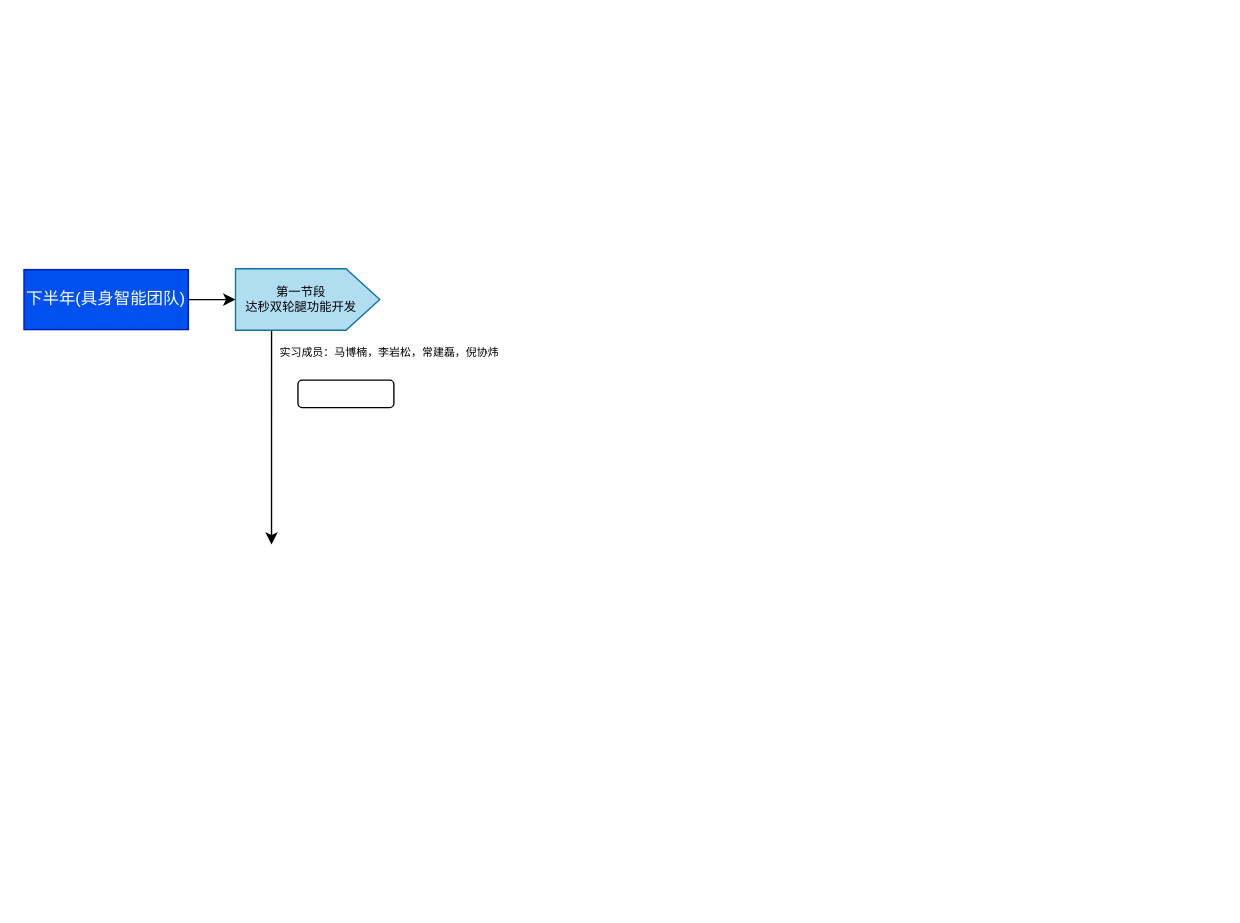
Above: WorkSpace/ObjectTrack/2025年述职.drawio in mailonghua/drawio (draw.io), before the change. Source tidied: cells renumbered, new cells numbered last; positions are measured from the earlier drawing's top-left corner, leaving out a move shared by most shapes. Both pictures are drawn from the tidied source at 137%, with x=0, y=0 at pixel (23, 226).
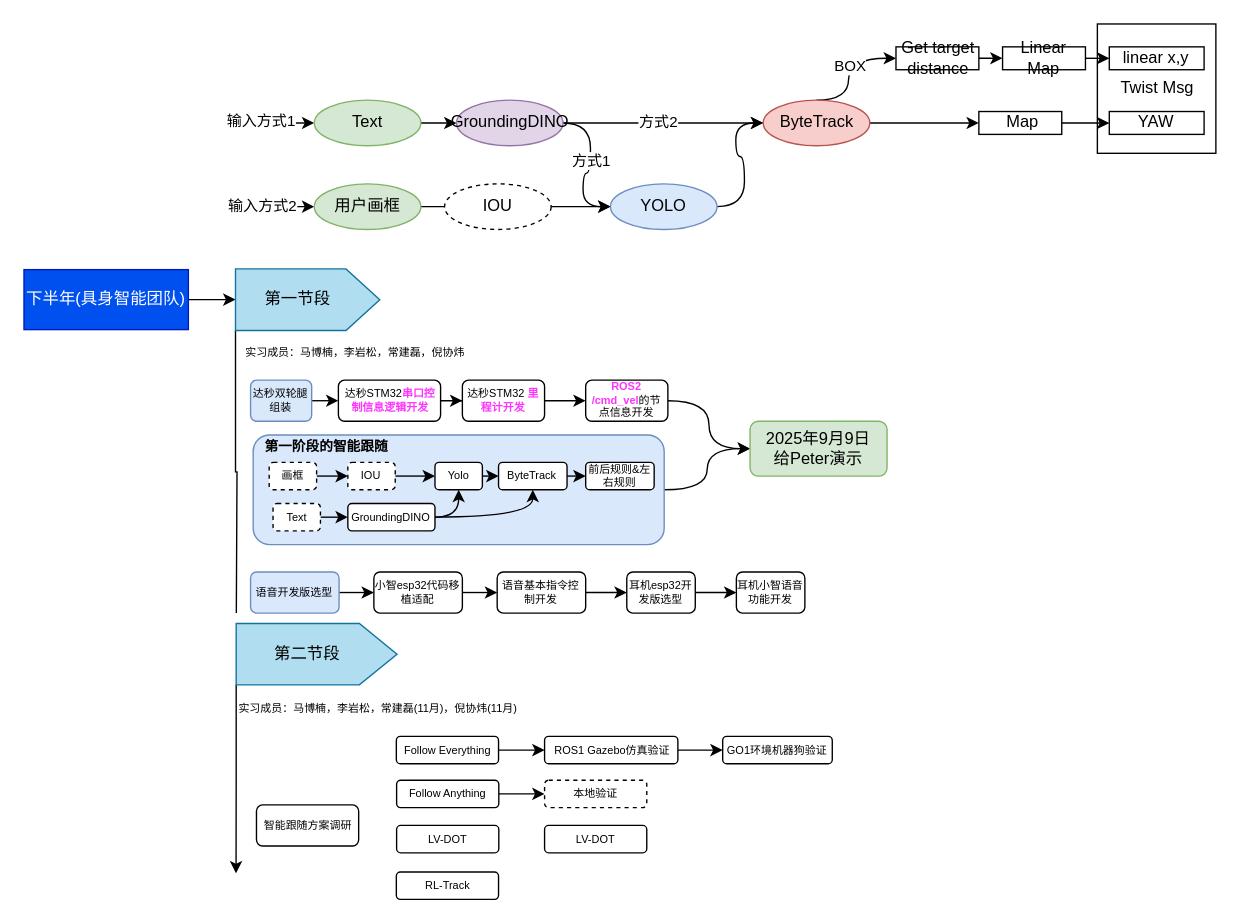
The same page after the edit.

Commit message (it also covers changes not shown here):
更新2025年述职.drawio

Diff of the diagram source:
```diff
@@
+    <mxCell id="9" style="edgeStyle=orthogonalEdgeStyle;rounded=0;jettySize=auto;html=1;exitX=1;exitY=0.5;exitDx=0;exitDy=0;entryX=0;entryY=0.5;entryDx=0;entryDy=0;curved=1;" parent="1" edge="1" source="10" target="65">
+      <mxGeometry relative="1" as="geometry" />
+    </mxCell>
+    <mxCell id="10" style="rounded=1;whiteSpace=wrap;html=1;fillColor=#dae8fc;strokeColor=#6c8ebf;" parent="1" vertex="1">
+      <mxGeometry x="167.3" y="152" width="300" height="80" as="geometry" />
+    </mxCell>
@@
-    <mxCell id="4" style="edgeStyle=orthogonalEdgeStyle;rounded=0;jettySize=auto;html=1;exitX=0;exitY=0.25;exitDx=0;exitDy=0;" parent="1" edge="1" source="5">
-      <mxGeometry relative="1" as="geometry">
-        <mxPoint x="180.7" y="232" as="targetPoint" />
-      </mxGeometry>
-    </mxCell>
+    <mxCell id="11" style="edgeStyle=orthogonalEdgeStyle;rounded=0;jettySize=auto;html=1;exitX=0;exitY=0;exitDx=0;exitDy=0;endArrow=none;endFill=0;" parent="1" edge="1" source="5">
+      <mxGeometry relative="1" as="geometry">
+        <mxPoint x="155" y="282" as="targetPoint" />
+      </mxGeometry>
+    </mxCell>
+    <mxCell id="7" value="实习成员：马博楠，李岩松，常建磊，倪协炜" style="text;html=1;whiteSpace=wrap;strokeColor=none;fillColor=none;align=left;verticalAlign=middle;rounded=0;fontSize=8;" parent="1" vertex="1">
+      <mxGeometry x="160" y="82" width="165.4" height="20" as="geometry" />
+    </mxCell>
+    <mxCell id="12" style="edgeStyle=orthogonalEdgeStyle;rounded=0;jettySize=auto;html=1;exitX=1;exitY=0.5;exitDx=0;exitDy=0;entryX=0;entryY=0.5;entryDx=0;entryDy=0;fontSize=8;" parent="1" edge="1" source="8" target="14">
+      <mxGeometry relative="1" as="geometry" />
+    </mxCell>
+    <mxCell id="8" value="达秒双轮腿组装" style="rounded=1;whiteSpace=wrap;html=1;fontSize=8;fillColor=#dae8fc;strokeColor=#6c8ebf;" parent="1" vertex="1">
+      <mxGeometry x="165.4" y="112" width="44.6" height="30" as="geometry" />
+    </mxCell>
+    <mxCell id="13" style="edgeStyle=orthogonalEdgeStyle;rounded=0;jettySize=auto;html=1;fontSize=8;" parent="1" edge="1" source="14" target="16">
+      <mxGeometry relative="1" as="geometry" />
+    </mxCell>
+    <mxCell id="14" value="达秒STM32&lt;font style=&quot;color: rgb(255, 51, 255);&quot;&gt;&lt;b&gt;串口控制信息逻辑开发&lt;/b&gt;&lt;/font&gt;" style="rounded=1;whiteSpace=wrap;html=1;fontSize=8;" parent="1" vertex="1">
+      <mxGeometry x="229.5" y="112" width="74.6" height="30" as="geometry" />
+    </mxCell>
+    <mxCell id="15" style="edgeStyle=orthogonalEdgeStyle;rounded=0;jettySize=auto;html=1;" parent="1" edge="1" source="16" target="18">
+      <mxGeometry relative="1" as="geometry" />
+    </mxCell>
+    <mxCell id="16" value="达秒STM32 &lt;font style=&quot;color: rgb(255, 51, 255);&quot;&gt;&lt;b&gt;里程计开发&lt;/b&gt;&lt;/font&gt;" style="rounded=1;whiteSpace=wrap;html=1;fontSize=8;" parent="1" vertex="1">
+      <mxGeometry x="320" y="112" width="60" height="30" as="geometry" />
+    </mxCell>
+    <mxCell id="17" style="edgeStyle=orthogonalEdgeStyle;rounded=0;jettySize=auto;html=1;exitX=1;exitY=0.5;exitDx=0;exitDy=0;entryX=0;entryY=0.5;entryDx=0;entryDy=0;curved=1;" parent="1" edge="1" source="18" target="65">
+      <mxGeometry relative="1" as="geometry" />
+    </mxCell>
+    <mxCell id="18" value="&lt;font style=&quot;color: rgb(255, 51, 255);&quot;&gt;&lt;b&gt;ROS2 /cmd_vel&lt;/b&gt;&lt;/font&gt;的节点信息开发" style="rounded=1;whiteSpace=wrap;html=1;fontSize=8;" parent="1" vertex="1">
+      <mxGeometry x="410" y="112" width="60" height="30" as="geometry" />
+    </mxCell>
+    <mxCell id="19" style="edgeStyle=orthogonalEdgeStyle;rounded=0;jettySize=auto;html=1;exitX=1;exitY=0.5;exitDx=0;exitDy=0;entryX=0;entryY=0.5;entryDx=0;entryDy=0;" parent="1" edge="1" source="20" target="22">
+      <mxGeometry relative="1" as="geometry" />
+    </mxCell>
+    <mxCell id="20" value="Yolo" style="rounded=1;whiteSpace=wrap;html=1;fontSize=8;" parent="1" vertex="1">
+      <mxGeometry x="300" y="172" width="34.6" height="20" as="geometry" />
+    </mxCell>
+    <mxCell id="21" style="edgeStyle=orthogonalEdgeStyle;rounded=0;jettySize=auto;html=1;exitX=1;exitY=0.5;exitDx=0;exitDy=0;entryX=0;entryY=0.5;entryDx=0;entryDy=0;" parent="1" edge="1" source="22" target="23">
+      <mxGeometry relative="1" as="geometry" />
+    </mxCell>
+    <mxCell id="22" value="ByteTrack" style="rounded=1;whiteSpace=wrap;html=1;fontSize=8;" parent="1" vertex="1">
+      <mxGeometry x="346.4" y="172" width="50" height="20" as="geometry" />
+    </mxCell>
+    <mxCell id="23" value="前后规则&amp;amp;左右规则" style="rounded=1;whiteSpace=wrap;html=1;fontSize=8;" parent="1" vertex="1">
+      <mxGeometry x="410" y="172" width="50" height="20" as="geometry" />
+    </mxCell>
+    <mxCell id="24" style="group;" parent="1" vertex="1">
+      <mxGeometry x="160" y="-148" width="710" height="150" as="geometry" />
+    </mxCell>
+    <mxCell id="25" value="Twist Msg" style="rounded=0;whiteSpace=wrap;html=1;" parent="24" vertex="1">
+      <mxGeometry x="623.5" width="86.5" height="94.4" as="geometry" />
+    </mxCell>
+    <mxCell id="26" style="edgeStyle=orthogonalEdgeStyle;rounded=0;jettySize=auto;html=1;curved=1;" parent="24" edge="1" source="29" target="31">
+      <mxGeometry relative="1" as="geometry" />
+    </mxCell>
+    <mxCell id="27" style="edgeStyle=orthogonalEdgeStyle;curved=1;rounded=0;jettySize=auto;html=1;exitX=0;exitY=0.5;exitDx=0;exitDy=0;startArrow=classic;startFill=1;endArrow=none;endFill=0;" parent="24" edge="1" source="29">
+      <mxGeometry relative="1" as="geometry">
+        <mxPoint y="133.5" as="targetPoint" />
+      </mxGeometry>
+    </mxCell>
+    <mxCell id="28" value="输入方式2" style="edgeLabel;html=1;align=center;verticalAlign=middle;" parent="27" vertex="1">
+      <mxGeometry x="0.48" y="-1" relative="1" as="geometry" />
+    </mxCell>
+    <mxCell id="29" value="用户画框" style="ellipse;whiteSpace=wrap;html=1;fillColor=#d5e8d4;strokeColor=#82b366;" parent="24" vertex="1">
+      <mxGeometry x="51.9" y="116.7" width="77.8" height="33.3" as="geometry" />
+    </mxCell>
+    <mxCell id="30" style="edgeStyle=orthogonalEdgeStyle;curved=1;rounded=0;jettySize=auto;html=1;" parent="24" edge="1" source="31" target="35">
+      <mxGeometry relative="1" as="geometry" />
+    </mxCell>
+    <mxCell id="31" value="IOU" style="ellipse;whiteSpace=wrap;html=1;dashed=1;" parent="24" vertex="1">
+      <mxGeometry x="147" y="116.7" width="77.8" height="33.3" as="geometry" />
+    </mxCell>
+    <mxCell id="32" style="edgeStyle=orthogonalEdgeStyle;curved=1;rounded=0;jettySize=auto;html=1;entryX=0;entryY=0.5;entryDx=0;entryDy=0;" parent="24" edge="1" source="35" target="37">
+      <mxGeometry relative="1" as="geometry" />
+    </mxCell>
+    <mxCell id="33" style="edgeStyle=orthogonalEdgeStyle;curved=1;rounded=0;jettySize=auto;html=1;exitX=0.5;exitY=0;exitDx=0;exitDy=0;entryX=0;entryY=0.5;entryDx=0;entryDy=0;" parent="24" edge="1" source="37" target="50">
+      <mxGeometry relative="1" as="geometry">
+        <Array as="points">
+          <mxPoint x="441.9" y="55.6" />
+          <mxPoint x="441.9" y="25" />
+        </Array>
+      </mxGeometry>
+    </mxCell>
+    <mxCell id="34" value="BOX" style="edgeLabel;html=1;align=center;verticalAlign=middle;" parent="33" vertex="1">
+      <mxGeometry x="0.09" y="-1" relative="1" as="geometry" />
+    </mxCell>
+    <mxCell id="35" value="YOLO" style="ellipse;whiteSpace=wrap;html=1;fillColor=#dae8fc;strokeColor=#6c8ebf;" parent="24" vertex="1">
+      <mxGeometry x="268.1" y="116.7" width="77.8" height="33.3" as="geometry" />
+    </mxCell>
+    <mxCell id="36" style="edgeStyle=orthogonalEdgeStyle;rounded=0;jettySize=auto;html=1;exitX=1;exitY=0.5;exitDx=0;exitDy=0;entryX=0;entryY=0.5;entryDx=0;entryDy=0;" parent="24" edge="1" source="37" target="54">
+      <mxGeometry relative="1" as="geometry" />
+    </mxCell>
+    <mxCell id="37" value="ByteTrack" style="ellipse;whiteSpace=wrap;html=1;fillColor=#f8cecc;strokeColor=#b85450;" parent="24" vertex="1">
+      <mxGeometry x="379.6" y="55.6" width="77.8" height="33.3" as="geometry" />
+    </mxCell>
+    <mxCell id="38" style="edgeStyle=orthogonalEdgeStyle;curved=1;rounded=0;jettySize=auto;html=1;" parent="24" edge="1" source="41" target="46">
+      <mxGeometry relative="1" as="geometry" />
+    </mxCell>
+    <mxCell id="39" style="edgeStyle=orthogonalEdgeStyle;curved=1;rounded=0;jettySize=auto;html=1;exitX=0;exitY=0.5;exitDx=0;exitDy=0;startArrow=classic;startFill=1;endArrow=none;endFill=0;" parent="24" edge="1" source="41">
+      <mxGeometry relative="1" as="geometry">
+        <mxPoint y="72.4" as="targetPoint" />
+      </mxGeometry>
+    </mxCell>
+    <mxCell id="40" value="输入方式1" style="edgeLabel;html=1;align=center;verticalAlign=middle;" parent="39" vertex="1">
+      <mxGeometry x="0.51" y="-2" relative="1" as="geometry" />
+    </mxCell>
+    <mxCell id="41" value="Text" style="ellipse;whiteSpace=wrap;html=1;fillColor=#d5e8d4;strokeColor=#82b366;" parent="24" vertex="1">
+      <mxGeometry x="51.9" y="55.6" width="77.8" height="33.3" as="geometry" />
+    </mxCell>
+    <mxCell id="42" style="edgeStyle=orthogonalEdgeStyle;curved=1;rounded=0;jettySize=auto;html=1;exitX=1;exitY=0.5;exitDx=0;exitDy=0;entryX=0;entryY=0.5;entryDx=0;entryDy=0;" parent="24" edge="1" source="46" target="35">
+      <mxGeometry relative="1" as="geometry" />
+    </mxCell>
+    <mxCell id="43" value="方式1" style="edgeLabel;html=1;align=center;verticalAlign=middle;" parent="42" vertex="1">
+      <mxGeometry x="-0.12" relative="1" as="geometry" />
+    </mxCell>
+    <mxCell id="44" style="edgeStyle=orthogonalEdgeStyle;curved=1;rounded=0;jettySize=auto;html=1;exitX=1;exitY=0.5;exitDx=0;exitDy=0;entryX=0;entryY=0.5;entryDx=0;entryDy=0;" parent="24" edge="1" source="46" target="37">
+      <mxGeometry relative="1" as="geometry" />
+    </mxCell>
+    <mxCell id="45" value="方式2" style="edgeLabel;html=1;align=center;verticalAlign=middle;" parent="44" vertex="1">
+      <mxGeometry x="-0.06" y="1" relative="1" as="geometry" />
+    </mxCell>
+    <mxCell id="46" value="GroundingDINO" style="ellipse;whiteSpace=wrap;html=1;fillColor=#e1d5e7;strokeColor=#9673a6;" parent="24" vertex="1">
+      <mxGeometry x="155.7" y="55.6" width="77.8" height="33.3" as="geometry" />
+    </mxCell>
+    <mxCell id="47" value="YAW" style="whiteSpace=wrap;html=1;" parent="24" vertex="1">
+      <mxGeometry x="632.2" y="63.9" width="69.2" height="16.7" as="geometry" />
+    </mxCell>
+    <mxCell id="48" value="linear x,y" style="whiteSpace=wrap;html=1;" parent="24" vertex="1">
+      <mxGeometry x="632.2" y="16.7" width="69.2" height="16.7" as="geometry" />
+    </mxCell>
+    <mxCell id="49" style="edgeStyle=orthogonalEdgeStyle;curved=1;rounded=0;jettySize=auto;html=1;" parent="24" edge="1" source="50" target="52">
+      <mxGeometry relative="1" as="geometry" />
+    </mxCell>
+    <mxCell id="50" value="Get target distance" style="rounded=0;whiteSpace=wrap;html=1;" parent="24" vertex="1">
+      <mxGeometry x="476.5" y="16.7" width="60.5" height="16.7" as="geometry" />
+    </mxCell>
+    <mxCell id="51" style="edgeStyle=orthogonalEdgeStyle;curved=1;rounded=0;jettySize=auto;html=1;exitX=1;exitY=0.5;exitDx=0;exitDy=0;entryX=0;entryY=0.5;entryDx=0;entryDy=0;" parent="24" edge="1" source="52" target="48">
+      <mxGeometry relative="1" as="geometry" />
+    </mxCell>
+    <mxCell id="52" value="Linear Map" style="rounded=0;whiteSpace=wrap;html=1;" parent="24" vertex="1">
+      <mxGeometry x="554.3" y="16.7" width="60.5" height="16.7" as="geometry" />
+    </mxCell>
+    <mxCell id="53" style="edgeStyle=orthogonalEdgeStyle;rounded=0;jettySize=auto;html=1;exitX=1;exitY=0.5;exitDx=0;exitDy=0;" parent="24" edge="1" source="54" target="47">
+      <mxGeometry relative="1" as="geometry" />
+    </mxCell>
+    <mxCell id="54" value="&amp;nbsp;Map" style="rounded=0;whiteSpace=wrap;html=1;" parent="24" vertex="1">
+      <mxGeometry x="537" y="63.9" width="60.5" height="16.7" as="geometry" />
+    </mxCell>
+    <mxCell id="55" style="edgeStyle=orthogonalEdgeStyle;rounded=0;jettySize=auto;html=1;exitX=1;exitY=0.5;exitDx=0;exitDy=0;entryX=0;entryY=0.5;entryDx=0;entryDy=0;" parent="1" edge="1" source="56" target="20">
+      <mxGeometry relative="1" as="geometry" />
+    </mxCell>
+    <mxCell id="56" value="IOU" style="rounded=1;whiteSpace=wrap;html=1;fontSize=8;dashed=1;" parent="1" vertex="1">
+      <mxGeometry x="236.4" y="172" width="34.6" height="20" as="geometry" />
+    </mxCell>
+    <mxCell id="57" style="edgeStyle=orthogonalEdgeStyle;rounded=0;jettySize=auto;html=1;exitX=1;exitY=0.5;exitDx=0;exitDy=0;entryX=0;entryY=0.5;entryDx=0;entryDy=0;" parent="1" edge="1" source="58" target="56">
+      <mxGeometry relative="1" as="geometry" />
+    </mxCell>
+    <mxCell id="58" value="画框" style="rounded=1;whiteSpace=wrap;html=1;fontSize=8;dashed=1;" parent="1" vertex="1">
+      <mxGeometry x="179" y="172" width="34.6" height="20" as="geometry" />
+    </mxCell>
+    <mxCell id="59" style="edgeStyle=orthogonalEdgeStyle;rounded=0;jettySize=auto;html=1;exitX=1;exitY=0.5;exitDx=0;exitDy=0;entryX=0;entryY=0.5;entryDx=0;entryDy=0;" parent="1" edge="1" source="60" target="63">
+      <mxGeometry relative="1" as="geometry" />
+    </mxCell>
+    <mxCell id="60" value="Text" style="rounded=1;whiteSpace=wrap;html=1;fontSize=8;dashed=1;" parent="1" vertex="1">
+      <mxGeometry x="181.8" y="202" width="34.6" height="20" as="geometry" />
+    </mxCell>
+    <mxCell id="61" style="edgeStyle=orthogonalEdgeStyle;rounded=0;jettySize=auto;html=1;exitX=1;exitY=0.5;exitDx=0;exitDy=0;entryX=0.5;entryY=1;entryDx=0;entryDy=0;curved=1;" parent="1" edge="1" source="63" target="20">
+      <mxGeometry relative="1" as="geometry" />
+    </mxCell>
+    <mxCell id="62" style="edgeStyle=orthogonalEdgeStyle;rounded=0;jettySize=auto;html=1;exitX=1;exitY=0.5;exitDx=0;exitDy=0;entryX=0.5;entryY=1;entryDx=0;entryDy=0;curved=1;" parent="1" edge="1" source="63" target="22">
+      <mxGeometry relative="1" as="geometry" />
+    </mxCell>
+    <mxCell id="63" value="GroundingDINO" style="rounded=1;whiteSpace=wrap;html=1;fontSize=8;" parent="1" vertex="1">
+      <mxGeometry x="236.4" y="202" width="63.6" height="20" as="geometry" />
+    </mxCell>
+    <mxCell id="64" value="第一阶段的智能跟随" style="text;html=1;whiteSpace=wrap;strokeColor=none;fillColor=none;align=center;verticalAlign=middle;rounded=0;fontStyle=1;fontSize=10;fontColor=light-dark(#000000,#FFFFFF);" parent="1" vertex="1">
+      <mxGeometry x="171.1" y="149.3" width="100" height="20.7" as="geometry" />
+    </mxCell>
+    <mxCell id="65" value="2025年9月9日&lt;br&gt;给Peter演示" style="rounded=1;whiteSpace=wrap;html=1;fillColor=#d5e8d4;strokeColor=#82b366;" parent="1" vertex="1">
+      <mxGeometry x="530" y="142" width="100" height="40" as="geometry" />
+    </mxCell>
+    <mxCell id="66" style="edgeStyle=orthogonalEdgeStyle;rounded=0;jettySize=auto;html=1;exitX=1;exitY=0.5;exitDx=0;exitDy=0;entryX=0;entryY=0.5;entryDx=0;entryDy=0;" parent="1" edge="1" source="67" target="69">
+      <mxGeometry relative="1" as="geometry" />
+    </mxCell>
+    <mxCell id="67" value="语音开发版选型" style="rounded=1;whiteSpace=wrap;html=1;fontSize=8;fillColor=#dae8fc;strokeColor=#6c8ebf;" parent="1" vertex="1">
+      <mxGeometry x="165.4" y="252" width="64.6" height="30" as="geometry" />
+    </mxCell>
+    <mxCell id="68" style="edgeStyle=orthogonalEdgeStyle;rounded=0;jettySize=auto;html=1;exitX=1;exitY=0.5;exitDx=0;exitDy=0;entryX=0;entryY=0.5;entryDx=0;entryDy=0;" parent="1" edge="1" source="69" target="71">
+      <mxGeometry relative="1" as="geometry" />
+    </mxCell>
+    <mxCell id="69" value="小智esp32代码移植适配" style="rounded=1;whiteSpace=wrap;html=1;fontSize=8;" parent="1" vertex="1">
+      <mxGeometry x="255.4" y="252" width="64.6" height="30" as="geometry" />
+    </mxCell>
+    <mxCell id="70" style="edgeStyle=orthogonalEdgeStyle;rounded=0;jettySize=auto;html=1;exitX=1;exitY=0.5;exitDx=0;exitDy=0;entryX=0;entryY=0.5;entryDx=0;entryDy=0;" parent="1" edge="1" source="71" target="73">
+      <mxGeometry relative="1" as="geometry" />
+    </mxCell>
+    <mxCell id="71" value="语音基本指令控制开发" style="rounded=1;whiteSpace=wrap;html=1;fontSize=8;" parent="1" vertex="1">
+      <mxGeometry x="345.4" y="252" width="64.6" height="30" as="geometry" />
+    </mxCell>
+    <mxCell id="72" style="edgeStyle=orthogonalEdgeStyle;rounded=0;jettySize=auto;html=1;" parent="1" edge="1" source="73" target="74">
+      <mxGeometry relative="1" as="geometry" />
+    </mxCell>
+    <mxCell id="73" value="耳机esp32开发版选型" style="rounded=1;whiteSpace=wrap;html=1;fontSize=8;" parent="1" vertex="1">
+      <mxGeometry x="440" y="252" width="50" height="30" as="geometry" />
+    </mxCell>
+    <mxCell id="74" value="耳机小智语音功能开发" style="rounded=1;whiteSpace=wrap;html=1;fontSize=8;" parent="1" vertex="1">
+      <mxGeometry x="520" y="252" width="50" height="30" as="geometry" />
+    </mxCell>
+    <mxCell id="75" style="group;" parent="1" vertex="1">
+      <mxGeometry x="154.4" y="30.8" width="105.4" height="44.9" as="geometry" />
+    </mxCell>
-    <mxCell id="5" style="verticalLabelPosition=bottom;verticalAlign=top;html=1;shape=offPageConnector;rounded=0;size=0.23413869420877945;rotation=-90;fillColor=#b1ddf0;strokeColor=#10739e;" parent="1" vertex="1">
-      <mxGeometry x="184.6" y="0.5" width="44.9" height="105.3" as="geometry" />
+    <mxCell id="5" style="verticalLabelPosition=bottom;verticalAlign=top;html=1;shape=offPageConnector;rounded=0;size=0.23413869420877945;rotation=-90;fillColor=#b1ddf0;strokeColor=#10739e;" parent="75" vertex="1">
+      <mxGeometry x="30.2" y="-30.2" width="44.9" height="105.3" as="geometry" />
     </mxCell>
-    <mxCell id="6" value="第一节段&lt;br&gt;达秒双轮腿功能开发" style="text;html=1;whiteSpace=wrap;strokeColor=none;fillColor=none;align=center;verticalAlign=middle;rounded=0;fontSize=9;" parent="1" vertex="1">
-      <mxGeometry x="160" y="38.2" width="85.2" height="30" as="geometry" />
+    <mxCell id="6" value="第一节段" style="text;html=1;whiteSpace=wrap;strokeColor=none;fillColor=none;align=center;verticalAlign=middle;rounded=0;fontSize=12;" parent="75" vertex="1">
+      <mxGeometry x="11" y="10.5" width="70" height="23.8" as="geometry" />
     </mxCell>
-    <mxCell id="7" value="实习成员：马博楠，李岩松，常建磊，倪协炜" style="text;html=1;whiteSpace=wrap;strokeColor=none;fillColor=none;align=left;verticalAlign=middle;rounded=0;fontSize=8;" parent="1" vertex="1">
-      <mxGeometry x="184.6" y="82" width="165.4" height="20" as="geometry" />
-    </mxCell>
-    <mxCell id="8" style="rounded=1;whiteSpace=wrap;html=1;" parent="1" vertex="1">
-      <mxGeometry x="200" y="112" width="70" height="20" as="geometry" />
-    </mxCell>
+    <mxCell id="76" style="group;" parent="1" vertex="1">
+      <mxGeometry x="161" y="287" width="105.3" height="50" as="geometry" />
+    </mxCell>
+    <mxCell id="77" style="edgeStyle=orthogonalEdgeStyle;rounded=0;jettySize=auto;html=1;exitX=0;exitY=0;exitDx=0;exitDy=0;" parent="76" edge="1" source="78">
+      <mxGeometry relative="1" as="geometry">
+        <mxPoint x="-6.2" y="185" as="targetPoint" />
+      </mxGeometry>
+    </mxCell>
+    <mxCell id="78" style="verticalLabelPosition=bottom;verticalAlign=top;html=1;shape=offPageConnector;rounded=0;size=0.23413869420877945;rotation=-90;fillColor=#b1ddf0;strokeColor=#10739e;" parent="76" vertex="1">
+      <mxGeometry x="30.2" y="-33.7" width="44.8" height="117.4" as="geometry" />
+    </mxCell>
+    <mxCell id="79" value="第二节段" style="text;html=1;whiteSpace=wrap;strokeColor=none;fillColor=none;align=center;verticalAlign=middle;rounded=0;fontSize=12;" parent="76" vertex="1">
+      <mxGeometry x="11" y="11.7" width="70" height="26.6" as="geometry" />
+    </mxCell>
+    <mxCell id="80" value="实习成员：马博楠，李岩松，常建磊(11月)，倪协炜(11月)" style="text;html=1;whiteSpace=wrap;strokeColor=none;fillColor=none;align=left;verticalAlign=middle;rounded=0;fontSize=8;" parent="1" vertex="1">
+      <mxGeometry x="154.6" y="342" width="215.4" height="20" as="geometry" />
+    </mxCell>
+    <mxCell id="81" value="智能跟随方案调研" style="rounded=1;whiteSpace=wrap;html=1;fontSize=8;" parent="1" vertex="1">
+      <mxGeometry x="169.7" y="422" width="74.6" height="30" as="geometry" />
+    </mxCell>
+    <mxCell id="82" style="edgeStyle=orthogonalEdgeStyle;rounded=0;jettySize=auto;html=1;" parent="1" edge="1" source="83" target="89">
+      <mxGeometry relative="1" as="geometry" />
+    </mxCell>
+    <mxCell id="83" value="Follow Everything" style="rounded=1;whiteSpace=wrap;html=1;fontSize=8;" parent="1" vertex="1">
+      <mxGeometry x="271.8" y="372" width="74.6" height="20" as="geometry" />
+    </mxCell>
+    <mxCell id="84" style="edgeStyle=orthogonalEdgeStyle;rounded=0;jettySize=auto;html=1;exitX=1;exitY=0.5;exitDx=0;exitDy=0;" parent="1" edge="1" source="85" target="91">
+      <mxGeometry relative="1" as="geometry" />
+    </mxCell>
+    <mxCell id="85" value="Follow Anything" style="rounded=1;whiteSpace=wrap;html=1;fontSize=8;" parent="1" vertex="1">
+      <mxGeometry x="272" y="404" width="74.6" height="20" as="geometry" />
+    </mxCell>
+    <mxCell id="86" value="LV-DOT" style="rounded=1;whiteSpace=wrap;html=1;fontSize=8;" parent="1" vertex="1">
+      <mxGeometry x="272" y="437" width="74.6" height="20" as="geometry" />
+    </mxCell>
+    <mxCell id="87" value="RL-Track" style="rounded=1;whiteSpace=wrap;html=1;fontSize=8;" parent="1" vertex="1">
+      <mxGeometry x="271.8" y="471" width="74.6" height="20" as="geometry" />
+    </mxCell>
+    <mxCell id="88" style="edgeStyle=orthogonalEdgeStyle;rounded=0;jettySize=auto;html=1;" parent="1" edge="1" source="89" target="90">
+      <mxGeometry relative="1" as="geometry" />
+    </mxCell>
+    <mxCell id="89" value="&amp;nbsp;ROS1 Gazebo仿真验证" style="rounded=1;whiteSpace=wrap;html=1;fontSize=8;" parent="1" vertex="1">
+      <mxGeometry x="380" y="372" width="97.3" height="20" as="geometry" />
+    </mxCell>
+    <mxCell id="90" value="GO1环境机器狗验证" style="rounded=1;whiteSpace=wrap;html=1;fontSize=8;" parent="1" vertex="1">
+      <mxGeometry x="510" y="372" width="80" height="20" as="geometry" />
+    </mxCell>
+    <mxCell id="91" value="本地验证" style="rounded=1;whiteSpace=wrap;html=1;fontSize=8;dashed=1;" parent="1" vertex="1">
+      <mxGeometry x="380" y="404" width="74.6" height="20" as="geometry" />
+    </mxCell>
+    <mxCell id="92" value="LV-DOT" style="rounded=1;whiteSpace=wrap;html=1;fontSize=8;" parent="1" vertex="1">
+      <mxGeometry x="380" y="437" width="74.6" height="20" as="geometry" />
+    </mxCell>
```
